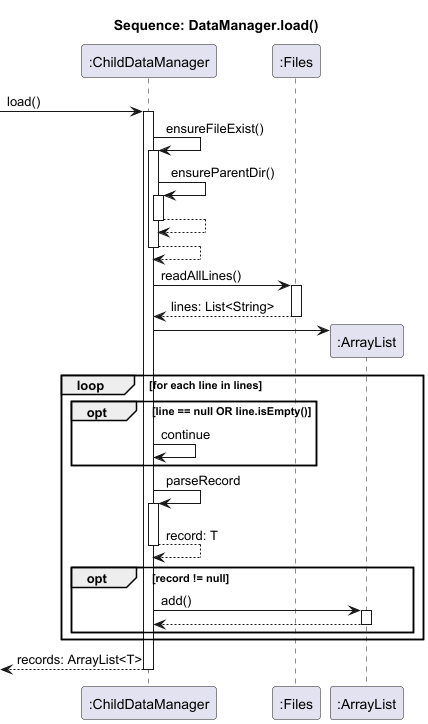
Before: docs/diagrams/storage/LoadSequenceDiagram.png, a diagram exported from PlantUML (AY2526S1-CS2113-T10-1/tp).
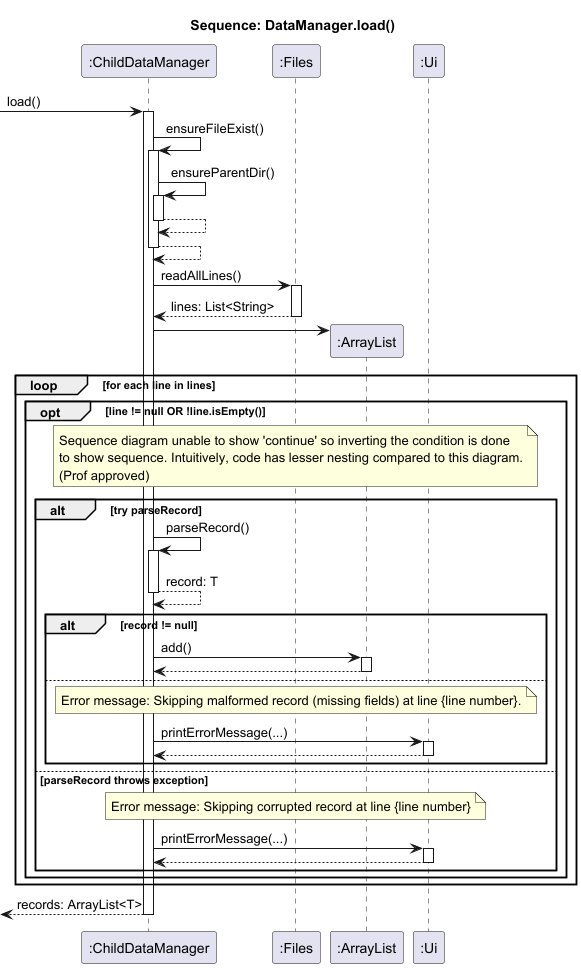
After the commit.

Diff of the diagram source:
```diff
@@ -4,6 +4,7 @@
 participant ":ChildDataManager" as CDM
 participant ":Files" as Files
 participant ":ArrayList" as AL
+participant ":Ui" as Ui
 
 -> CDM: load()
 activate CDM
@@ -23,20 +24,36 @@
 CDM -> AL
 
 loop for each line in lines
-    opt line == null OR line.isEmpty()
-        CDM -> CDM: continue
-    end
+    opt line != null OR !line.isEmpty()
+        note over Files: Sequence diagram unable to show 'continue' so inverting the condition is done\nto show sequence. Intuitively, code has lesser nesting compared to this diagram.\n(Prof approved)
 
-    CDM -> CDM: parseRecord
-    activate CDM
-    return record: T
+        alt try parseRecord
 
-    opt record != null
-        CDM -> AL: add()
-        activate AL
-        return
+            CDM -> CDM: parseRecord()
+            activate CDM
+            return record: T
+
+            alt record != null
+                CDM -> AL: add()
+                activate AL
+                return
+            else
+                note over Files: Error message: Skipping malformed record (missing fields) at line {line number}.
+                CDM -> Ui: printErrorMessage(...)
+                activate Ui
+                return
+            end
+
+        else parseRecord throws exception
+            note over Files: Error message: Skipping corrupted record at line {line number}
+            CDM -> Ui: printErrorMessage(...)
+            activate Ui
+            return
+        end
     end
 end
 
+
+
 return records: ArrayList<T>
 @enduml
```
